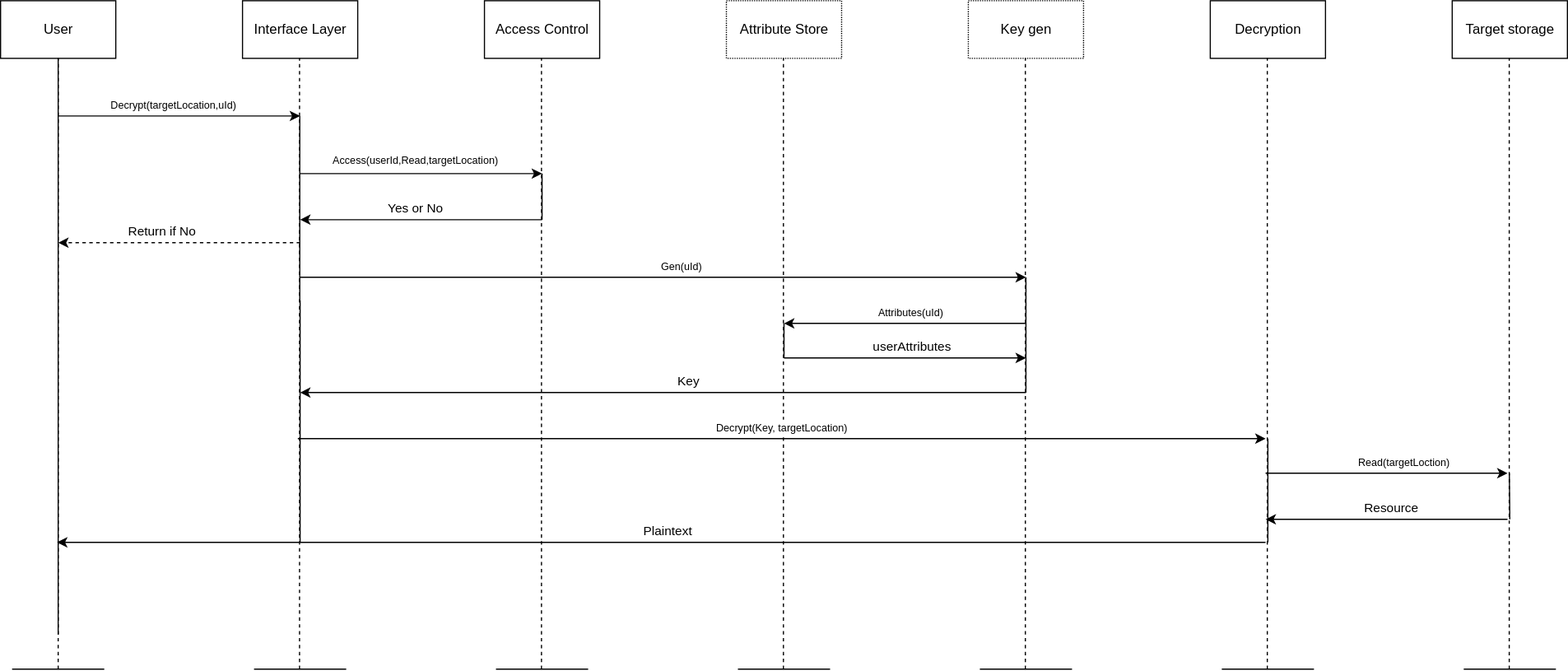
This is docs/design/system/decryption_flow.drawio.svg from ivajon/NGAC_ABE, a draw.io export, as it was before one commit. Source tidied: cells renumbered, new cells last; positions are measured from the earlier drawing's top-left corner, leaving out a move shared by most shapes.
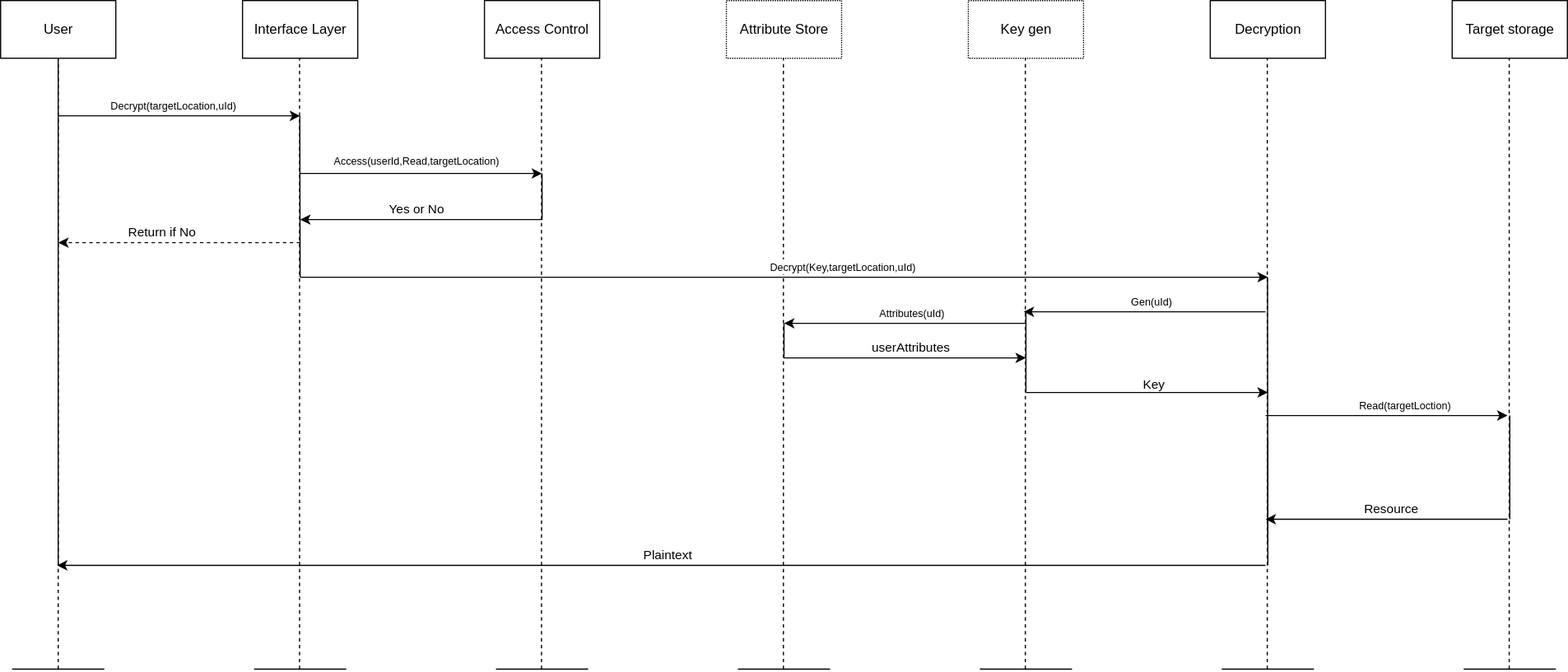
The same file after the commit.

What changed in the source:
```diff
@@ -86,7 +86,7 @@
     </mxCell>
     <mxCell id="16" style="endArrow=none;html=1;" parent="1" edge="1">
       <mxGeometry relative="1" as="geometry">
-        <mxPoint x="50" y="550" as="sourcePoint" />
+        <mxPoint x="50" y="490" as="sourcePoint" />
         <mxPoint x="50" y="50" as="targetPoint" />
       </mxGeometry>
     </mxCell>
@@ -110,7 +110,7 @@
     </mxCell>
     <mxCell id="20" style="endArrow=none;html=1;" parent="1" edge="1">
       <mxGeometry relative="1" as="geometry">
-        <mxPoint x="259.7" y="260" as="sourcePoint" />
+        <mxPoint x="260" y="240" as="sourcePoint" />
         <mxPoint x="259.7" y="100" as="targetPoint" />
       </mxGeometry>
     </mxCell>
@@ -146,15 +146,9 @@
     <mxCell id="26" style="endArrow=none;html=1;" parent="1" edge="1">
       <mxGeometry relative="1" as="geometry">
         <mxPoint x="1310" y="450" as="sourcePoint" />
-        <mxPoint x="1309.6" y="410" as="targetPoint" />
+        <mxPoint x="1310" y="360" as="targetPoint" />
       </mxGeometry>
     </mxCell>
-    <mxCell id="27" style="endArrow=none;html=1;" parent="1" edge="1">
-      <mxGeometry relative="1" as="geometry">
-        <mxPoint x="260" y="470" as="sourcePoint" />
-        <mxPoint x="260" y="260" as="targetPoint" />
-      </mxGeometry>
-    </mxCell>
     <mxCell id="28" value="Attribute Store" style="html=1;dashed=1;whitespace=wrap;dashPattern=1 1;" parent="1" vertex="1">
       <mxGeometry x="630" width="100" height="50" as="geometry" />
     </mxCell>
@@ -176,10 +170,10 @@
     <mxCell id="31" style="endArrow=classic;html=1;" parent="1" edge="1">
       <mxGeometry relative="1" as="geometry">
         <mxPoint x="260" y="240" as="sourcePoint" />
-        <mxPoint x="890" y="240" as="targetPoint" />
+        <mxPoint x="1100" y="240" as="targetPoint" />
       </mxGeometry>
     </mxCell>
-    <mxCell id="32" value="&lt;font style=&quot;font-size: 9px&quot;&gt;Gen(uId)&lt;/font&gt;" style="edgeLabel;html=1;align=center;verticalAlign=middle;" parent="31" vertex="1">
+    <mxCell id="32" value="&lt;font style=&quot;font-size: 9px&quot;&gt;Decrypt(Key,targetLocation,uId)&lt;/font&gt;" style="edgeLabel;html=1;align=center;verticalAlign=middle;" parent="31" vertex="1">
       <mxGeometry x="0.33" y="-1" relative="1" as="geometry">
         <mxPoint x="-87" y="-11" as="offset" />
       </mxGeometry>
@@ -205,25 +199,14 @@
     <mxCell id="36" style="endArrow=classic;html=1;" parent="1" edge="1">
       <mxGeometry relative="1" as="geometry">
         <mxPoint x="890" y="340" as="sourcePoint" />
-        <mxPoint x="260" y="340" as="targetPoint" />
+        <mxPoint x="1100" y="340" as="targetPoint" />
       </mxGeometry>
     </mxCell>
     <mxCell id="37" value="Key" style="edgeLabel;html=1;align=center;verticalAlign=middle;" parent="36" vertex="1">
       <mxGeometry x="-0.2" y="-1" relative="1" as="geometry">
-        <mxPoint x="-42" y="-9" as="offset" />
+        <mxPoint x="26" y="-9" as="offset" />
       </mxGeometry>
     </mxCell>
-    <mxCell id="38" style="endArrow=classic;html=1;" parent="1" edge="1">
-      <mxGeometry relative="1" as="geometry">
-        <mxPoint x="258" y="380" as="sourcePoint" />
-        <mxPoint x="1098" y="380" as="targetPoint" />
-      </mxGeometry>
-    </mxCell>
-    <mxCell id="39" value="&lt;font style=&quot;font-size: 9px&quot;&gt;Decrypt(Key, targetLocation)&lt;/font&gt;" style="edgeLabel;html=1;align=center;verticalAlign=middle;" parent="38" vertex="1">
-      <mxGeometry x="-0.24" y="-2" relative="1" as="geometry">
-        <mxPoint x="99" y="-12" as="offset" />
-      </mxGeometry>
-    </mxCell>
     <mxCell id="40" style="endArrow=classic;html=1;dashed=1;" parent="1" edge="1">
       <mxGeometry relative="1" as="geometry">
         <mxPoint x="260" y="210" as="sourcePoint" />
@@ -237,8 +220,8 @@
     </mxCell>
     <mxCell id="42" style="endArrow=classic;html=1;" parent="1" edge="1">
       <mxGeometry relative="1" as="geometry">
-        <mxPoint x="1098" y="410" as="sourcePoint" />
-        <mxPoint x="1308" y="410" as="targetPoint" />
+        <mxPoint x="1098" y="360" as="sourcePoint" />
+        <mxPoint x="1308" y="360" as="targetPoint" />
       </mxGeometry>
     </mxCell>
     <mxCell id="43" value="&lt;font style=&quot;font-size: 9px&quot;&gt;Read(targetLoction)&lt;/font&gt;" style="edgeLabel;html=1;align=center;verticalAlign=middle;" parent="42" vertex="1">
@@ -259,8 +242,8 @@
     </mxCell>
     <mxCell id="46" style="endArrow=classic;html=1;" parent="1" edge="1">
       <mxGeometry relative="1" as="geometry">
-        <mxPoint x="1098" y="470" as="sourcePoint" />
-        <mxPoint x="49" y="470" as="targetPoint" />
+        <mxPoint x="1098" y="490" as="sourcePoint" />
+        <mxPoint x="49" y="490" as="targetPoint" />
       </mxGeometry>
     </mxCell>
     <mxCell id="47" value="Plaintext" style="edgeLabel;html=1;align=center;verticalAlign=middle;" parent="46" vertex="1">
@@ -298,7 +281,7 @@
     <mxCell id="53" style="endArrow=none;html=1;fontSize=9;" parent="1" edge="1">
       <mxGeometry relative="1" as="geometry">
         <mxPoint x="890" y="340" as="sourcePoint" />
-        <mxPoint x="890" y="240" as="targetPoint" />
+        <mxPoint x="890" y="270" as="targetPoint" />
       </mxGeometry>
     </mxCell>
     <mxCell id="54" style="endArrow=none;html=1;fontSize=9;" parent="1" edge="1">
@@ -307,5 +290,22 @@
         <mxPoint x="680" y="280" as="targetPoint" />
       </mxGeometry>
     </mxCell>
+    <mxCell id="55" style="endArrow=classic;html=1;" parent="1" edge="1">
+      <mxGeometry relative="1" as="geometry">
+        <mxPoint x="1098" y="270" as="sourcePoint" />
+        <mxPoint x="888" y="270" as="targetPoint" />
+      </mxGeometry>
+    </mxCell>
+    <mxCell id="56" value="&lt;font style=&quot;font-size: 9px&quot;&gt;Gen(uId)&lt;/font&gt;" style="edgeLabel;html=1;align=center;verticalAlign=middle;" parent="55" vertex="1">
+      <mxGeometry x="-0.21" y="2" relative="1" as="geometry">
+        <mxPoint x="-17" y="-12" as="offset" />
+      </mxGeometry>
+    </mxCell>
+    <mxCell id="57" style="endArrow=none;html=1;fontSize=9;" parent="1" edge="1">
+      <mxGeometry relative="1" as="geometry">
+        <mxPoint x="1100" y="490" as="sourcePoint" />
+        <mxPoint x="1099.7" y="240" as="targetPoint" />
+      </mxGeometry>
+    </mxCell>
   </root>
 </mxGraphModel>
```
